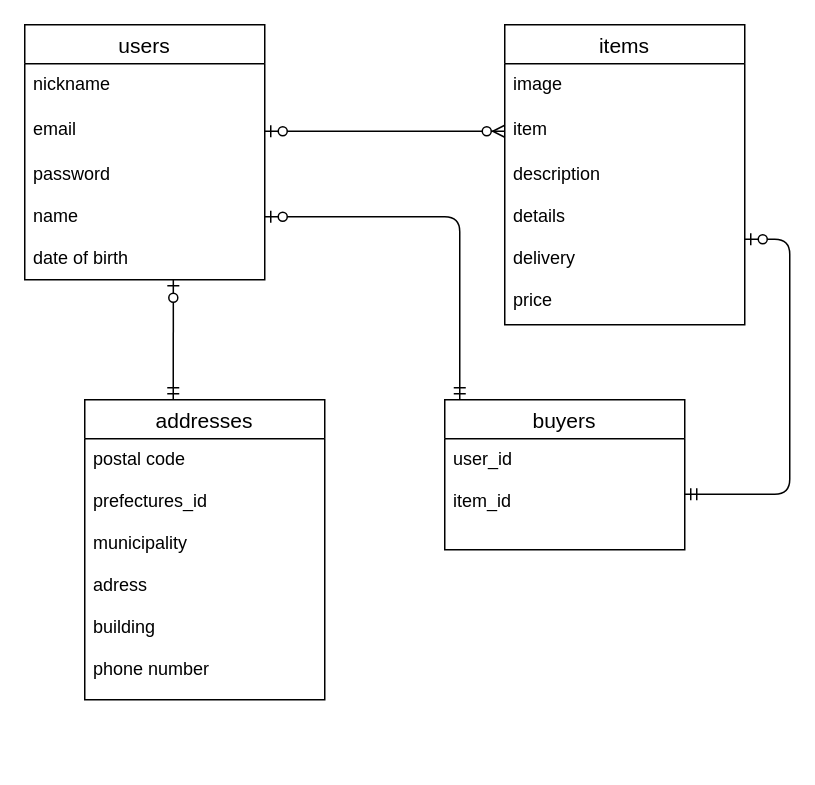
The draw.io diagram er.dio in kousuke-amano/furima-33946, before the edit. Source tidied: cells renumbered, new cells numbered last; positions are measured from the earlier drawing's top-left corner, leaving out a move shared by most shapes. Both pictures are drawn from the tidied source at 150%, with x=0, y=0 at pixel (24, 24).
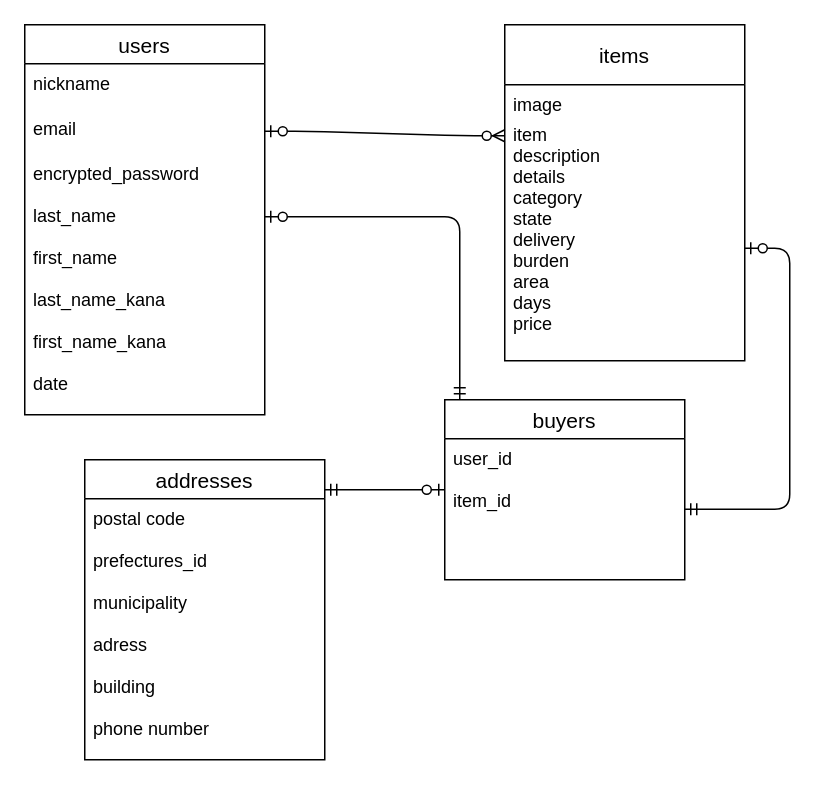
Above is the later version.

Commit message (it also covers changes not shown here):
データベース設計修正

The change refers to these unchanged cells:
```xml
<mxCell id="4" value="email" style="text;strokeColor=none;fillColor=none;spacingLeft=4;spacingRight=4;overflow=hidden;points=[[0,0.5],[1,0.5]];portConstraint=eastwest;fontSize=12;" parent="2" vertex="1">
  <mxGeometry y="56" width="160" height="30" as="geometry" />
</mxCell>
```

What changed in the source:
```diff
@@
     <mxCell id="2" value="users" style="swimlane;fontStyle=0;horizontal=1;startSize=26;align=center;fontSize=14;" parent="1" vertex="1">
-      <mxGeometry width="160" height="170" as="geometry" />
+      <mxGeometry width="160" height="260" as="geometry" />
     </mxCell>
@@
-    <mxCell id="5" value="password&#10;&#10;name&#10;&#10;date of birth&#10;&#10;&#10;&#10;" style="text;strokeColor=none;fillColor=none;spacingLeft=4;spacingRight=4;overflow=hidden;points=[[0,0.5],[1,0.5]];portConstraint=eastwest;fontSize=12;" parent="2" vertex="1">
-      <mxGeometry y="86" width="160" height="84" as="geometry" />
+    <mxCell id="5" value="encrypted_password&#10;&#10;last_name&#10;&#10;first_name&#10;&#10;last_name_kana&#10;&#10;first_name_kana&#10;&#10;date&#10;&#10;&#10;&#10;" style="text;strokeColor=none;fillColor=none;spacingLeft=4;spacingRight=4;overflow=hidden;points=[[0,0.5],[1,0.5]];portConstraint=eastwest;fontSize=12;" parent="2" vertex="1">
+      <mxGeometry y="86" width="160" height="174" as="geometry" />
     </mxCell>
-    <mxCell id="6" value="items" style="swimlane;fontStyle=0;horizontal=1;startSize=26;align=center;fontSize=14;" parent="1" vertex="1">
-      <mxGeometry x="320" width="160" height="200" as="geometry" />
+    <mxCell id="6" value="items" style="swimlane;fontStyle=0;horizontal=1;startSize=40;align=center;fontSize=14;" parent="1" vertex="1">
+      <mxGeometry x="320" width="160" height="224" as="geometry" />
     </mxCell>
     <mxCell id="7" value="image&#10;" style="text;strokeColor=none;fillColor=none;spacingLeft=4;spacingRight=4;overflow=hidden;fontSize=12;" parent="6" vertex="1">
-      <mxGeometry y="26" width="160" height="30" as="geometry" />
+      <mxGeometry y="40" width="160" height="20" as="geometry" />
     </mxCell>
     <mxCell id="8" value="item" style="text;strokeColor=none;fillColor=none;spacingLeft=4;spacingRight=4;overflow=hidden;points=[[0,0.5],[1,0.5]];portConstraint=eastwest;fontSize=12;" parent="6" vertex="1">
-      <mxGeometry y="56" width="160" height="30" as="geometry" />
+      <mxGeometry y="60" width="160" height="14" as="geometry" />
     </mxCell>
-    <mxCell id="9" value="description&#10;&#10;details&#10;&#10;delivery&#10;&#10;price&#10;&#10;&#10;&#10;&#10;&#10;&#10;&#10;&#10;" style="text;strokeColor=none;fillColor=none;spacingLeft=4;spacingRight=4;overflow=hidden;points=[[0,0.5],[1,0.5]];portConstraint=eastwest;fontSize=12;" parent="6" vertex="1">
-      <mxGeometry y="86" width="160" height="114" as="geometry" />
+    <mxCell id="9" value="description&#10;details&#10;category&#10;state&#10;delivery&#10;burden&#10;area&#10;days&#10;price&#10;&#10;&#10;&#10;&#10;&#10;&#10;&#10;&#10;" style="text;strokeColor=none;fillColor=none;spacingLeft=4;spacingRight=4;overflow=hidden;points=[[0,0.5],[1,0.5]];portConstraint=eastwest;fontSize=12;" parent="6" vertex="1">
+      <mxGeometry y="74" width="160" height="150" as="geometry" />
     </mxCell>
     <mxCell id="10" value="addresses" style="swimlane;fontStyle=0;horizontal=1;startSize=26;align=center;fontSize=14;" parent="1" vertex="1">
-      <mxGeometry x="40" y="250" width="160" height="200" as="geometry" />
+      <mxGeometry x="40" y="290" width="160" height="200" as="geometry" />
     </mxCell>
@@
     <mxCell id="12" value="buyers" style="swimlane;fontStyle=0;horizontal=1;startSize=26;align=center;fontSize=14;" parent="1" vertex="1">
-      <mxGeometry x="280" y="250" width="160" height="100" as="geometry" />
+      <mxGeometry x="280" y="250" width="160" height="120" as="geometry" />
     </mxCell>
-    <mxCell id="13" value="user_id&#10;&#10;item_id&#10;&#10;" style="text;strokeColor=none;fillColor=none;spacingLeft=4;spacingRight=4;overflow=hidden;points=[[0,0.5],[1,0.5]];portConstraint=eastwest;fontSize=12;" parent="12" vertex="1">
-      <mxGeometry y="26" width="160" height="74" as="geometry" />
+    <mxCell id="13" value="user_id&#10;&#10;item_id&#10;&#10;&#10;&#10;" style="text;strokeColor=none;fillColor=none;spacingLeft=4;spacingRight=4;overflow=hidden;points=[[0,0.5],[1,0.5]];portConstraint=eastwest;fontSize=12;" parent="12" vertex="1">
+      <mxGeometry y="26" width="160" height="94" as="geometry" />
     </mxCell>
-    <mxCell id="14" style="edgeStyle=entityRelationEdgeStyle;fontSize=12;html=1;endArrow=ERzeroToMany;startArrow=ERzeroToOne;exitX=1;exitY=0.5;exitDx=0;exitDy=0;entryX=0;entryY=0.5;entryDx=0;entryDy=0;" parent="1" edge="1" source="4" target="8">
+    <mxCell id="14" style="edgeStyle=entityRelationEdgeStyle;fontSize=12;html=1;endArrow=ERzeroToMany;startArrow=ERzeroToOne;exitX=1;exitY=0.5;exitDx=0;exitDy=0;exitPerimeter=0;entryX=0;entryY=0;entryDx=0;entryDy=0;entryPerimeter=0;" parent="1" edge="1" source="4" target="9">
       <mxGeometry relative="1" as="geometry" />
     </mxCell>
@@
-    <mxCell id="17" style="fontSize=12;html=1;endArrow=ERzeroToOne;startArrow=ERmandOne;entryX=0.619;entryY=1;entryDx=0;entryDy=0;entryPerimeter=0;" parent="1" edge="1" target="5">
-      <mxGeometry relative="1" as="geometry">
-        <mxPoint x="99" y="250" as="sourcePoint" />
-      </mxGeometry>
-    </mxCell>
+    <mxCell id="18" style="edgeStyle=entityRelationEdgeStyle;fontSize=12;html=1;endArrow=ERzeroToOne;startArrow=ERmandOne;" parent="1" edge="1">
+      <mxGeometry relative="1" as="geometry">
+        <mxPoint x="200" y="310" as="sourcePoint" />
+        <mxPoint x="280" y="310" as="targetPoint" />
+      </mxGeometry>
+    </mxCell>
```
